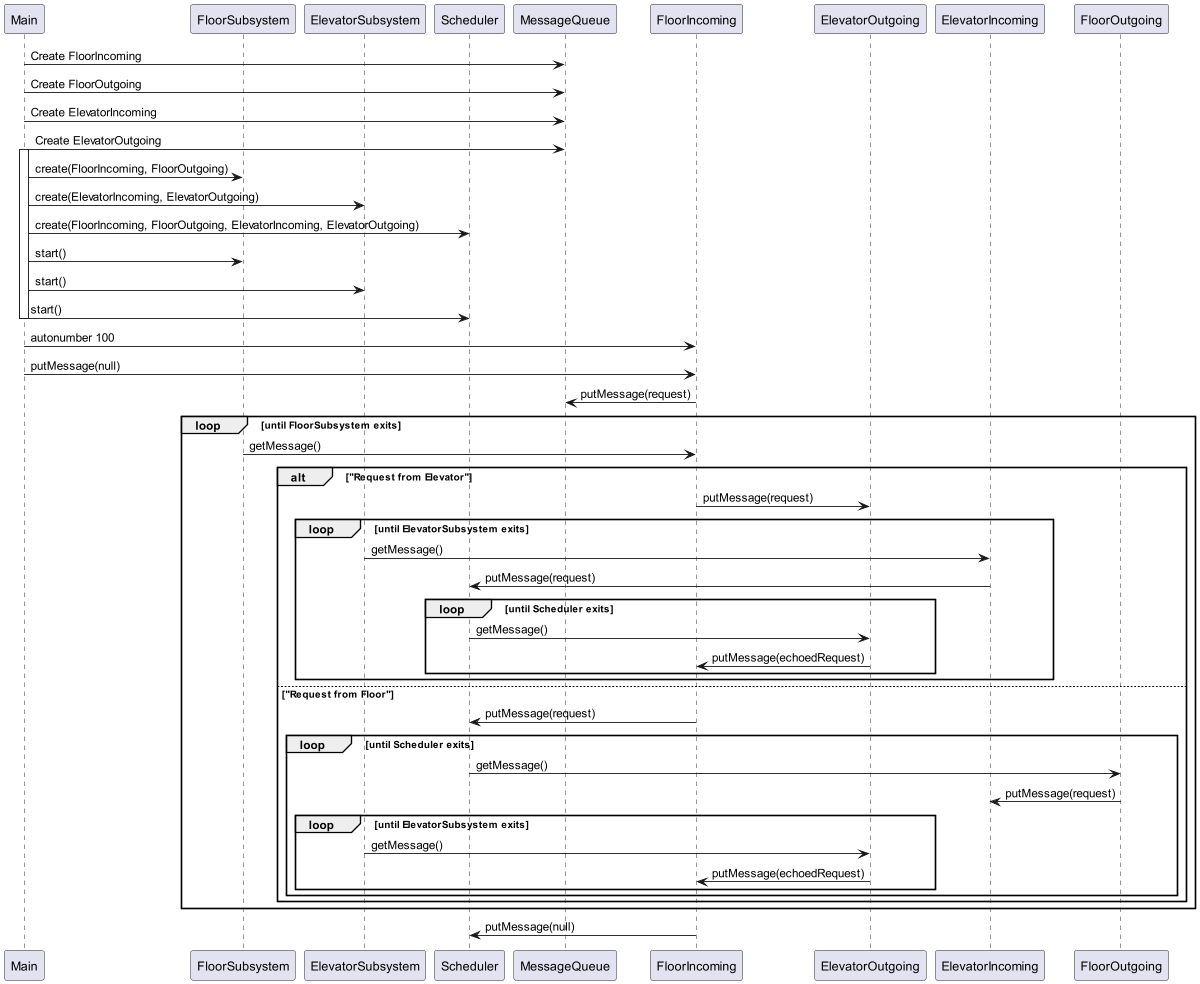
Above: SequenceUML.png in GAchuzia/groupProject-SYSC3303 (PlantUML), before the change.
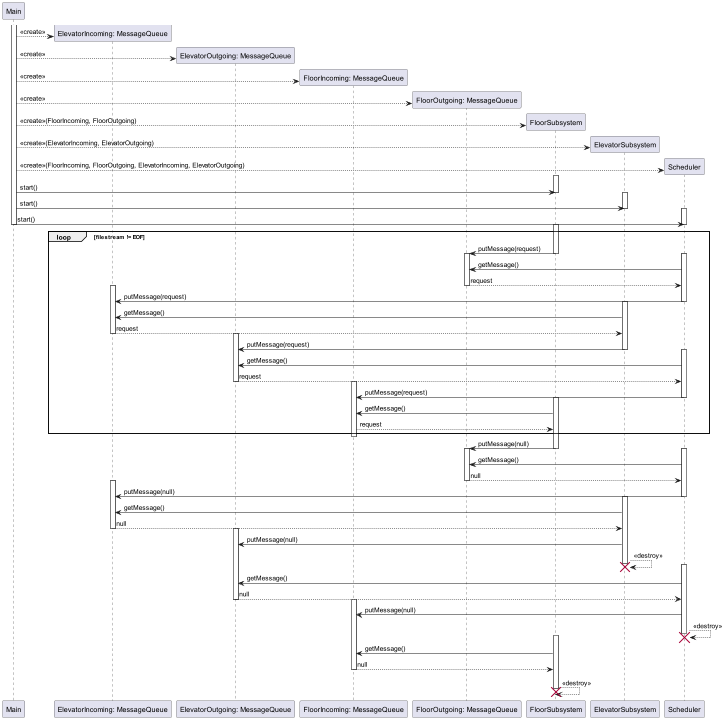
Later version of the same file.

Commit message:
Updated PNG image with new sequence diagram

Change to the diagram source:
```diff
@@ -1,56 +1,112 @@
 @startuml
 
 participant Main
-participant FloorSubsystem
-participant ElevatorSubsystem
-participant Scheduler
-participant MessageQueue
-
-Main -> MessageQueue: Create FloorIncoming
-Main -> MessageQueue: Create FloorOutgoing
-Main -> MessageQueue: Create ElevatorIncoming
-Main -> MessageQueue: Create ElevatorOutgoing
 
 activate Main
+create "ElevatorIncoming: MessageQueue" as ElevatorIncoming
+Main --> ElevatorIncoming: <<create>>
+create "ElevatorOutgoing: MessageQueue" as ElevatorOutgoing
+Main --> ElevatorOutgoing: <<create>>
+create "FloorIncoming: MessageQueue" as FloorIncoming
+Main --> FloorIncoming: <<create>>
+create "FloorOutgoing: MessageQueue" as FloorOutgoing
+Main --> FloorOutgoing: <<create>>
 
-Main -> FloorSubsystem: create(FloorIncoming, FloorOutgoing)
-Main -> ElevatorSubsystem: create(ElevatorIncoming, ElevatorOutgoing)
-Main -> Scheduler: create(FloorIncoming, FloorOutgoing, ElevatorIncoming, ElevatorOutgoing)
+create FloorSubsystem
+Main --> FloorSubsystem: <<create>>(FloorIncoming, FloorOutgoing)
+create ElevatorSubsystem
+Main --> ElevatorSubsystem: <<create>>(ElevatorIncoming, ElevatorOutgoing)
+create Scheduler
+Main --> Scheduler: <<create>>(FloorIncoming, FloorOutgoing, ElevatorIncoming, ElevatorOutgoing)
 
+activate FloorSubsystem
 Main -> FloorSubsystem: start()
+deactivate FloorSubsystem
+activate ElevatorSubsystem
 Main -> ElevatorSubsystem: start()
+deactivate ElevatorSubsystem
+activate Scheduler
 Main -> Scheduler: start()
+deactivate Scheduler
 
 deactivate Main
 
-Main -> FloorIncoming: autonumber 100
-Main -> FloorIncoming: putMessage(null)
-FloorIncoming -> MessageQueue: putMessage(request)
-loop until FloorSubsystem exits
+loop filestream != EOF
+
+    activate FloorSubsystem
+    FloorSubsystem -> FloorOutgoing: putMessage(request)
+    deactivate FloorSubsystem
+
+    activate Scheduler
+    activate FloorOutgoing
+    Scheduler -> FloorOutgoing: getMessage()
+    FloorOutgoing --> Scheduler: request
+    deactivate FloorOutgoing
+
+    activate ElevatorIncoming
+    Scheduler -> ElevatorIncoming: putMessage(request)
+    deactivate Scheduler
+
+    activate ElevatorSubsystem
+    ElevatorSubsystem -> ElevatorIncoming: getMessage()
+    ElevatorIncoming --> ElevatorSubsystem: request
+    deactivate ElevatorIncoming
+    activate ElevatorOutgoing
+    ElevatorSubsystem -> ElevatorOutgoing: putMessage(request)
+    deactivate ElevatorSubsystem
+
+    activate Scheduler
+    Scheduler -> ElevatorOutgoing: getMessage()
+    ElevatorOutgoing --> Scheduler: request
+    deactivate ElevatorOutgoing
+    activate FloorIncoming
+    Scheduler -> FloorIncoming: putMessage(request)
+    deactivate Scheduler
+
+    activate FloorSubsystem
     FloorSubsystem -> FloorIncoming: getMessage()
-    alt "Request from Elevator"
-        FloorIncoming -> ElevatorOutgoing: putMessage(request)
-        loop until ElevatorSubsystem exits
-            ElevatorSubsystem -> ElevatorIncoming: getMessage()
-            ElevatorIncoming -> Scheduler: putMessage(request)
-            loop until Scheduler exits
-                Scheduler -> ElevatorOutgoing: getMessage()
-                ElevatorOutgoing -> FloorIncoming: putMessage(echoedRequest)
-            end
-        end
-    else "Request from Floor"
-        FloorIncoming -> Scheduler: putMessage(request)
-        loop until Scheduler exits
-            Scheduler -> FloorOutgoing: getMessage()
-            FloorOutgoing -> ElevatorIncoming: putMessage(request)
-            loop until ElevatorSubsystem exits
-                ElevatorSubsystem -> ElevatorOutgoing: getMessage()
-                ElevatorOutgoing -> FloorIncoming: putMessage(echoedRequest)
-            end
-        end
-    end
+    FloorIncoming --> FloorSubsystem: request
 end
 
-FloorIncoming -> Scheduler: putMessage(null)
+    deactivate FloorIncoming
+    FloorSubsystem -> FloorOutgoing: putMessage(null)
+    deactivate FloorSubsystem
+    activate FloorOutgoing
+
+    activate Scheduler
+    Scheduler -> FloorOutgoing: getMessage()
+    FloorOutgoing --> Scheduler: null
+    deactivate FloorOutgoing
+    activate ElevatorIncoming
+    Scheduler -> ElevatorIncoming: putMessage(null)
+    deactivate Scheduler
+
+    activate ElevatorSubsystem
+    ElevatorSubsystem -> ElevatorIncoming: getMessage()
+    ElevatorIncoming --> ElevatorSubsystem: null
+    deactivate ElevatorIncoming
+    activate ElevatorOutgoing
+    ElevatorSubsystem -> ElevatorOutgoing: putMessage(null)
+    ElevatorSubsystem --> ElevatorSubsystem: <<destroy>>
+    deactivate ElevatorSubsystem
+    destroy ElevatorSubsystem
+
+    activate Scheduler
+    Scheduler -> ElevatorOutgoing: getMessage()
+    ElevatorOutgoing --> Scheduler: null
+    deactivate ElevatorOutgoing
+    activate FloorIncoming
+    Scheduler -> FloorIncoming: putMessage(null)
+    Scheduler --> Scheduler: <<destroy>>
+    deactivate Scheduler
+    destroy Scheduler
+
+    activate FloorSubsystem
+    FloorSubsystem -> FloorIncoming: getMessage()
+    FloorIncoming --> FloorSubsystem: null
+    deactivate FloorIncoming
+    FloorSubsystem --> FloorSubsystem: <<destroy>>
+    deactivate FloorSubsystem
+    destroy FloorSubsystem
 
 @enduml
```
